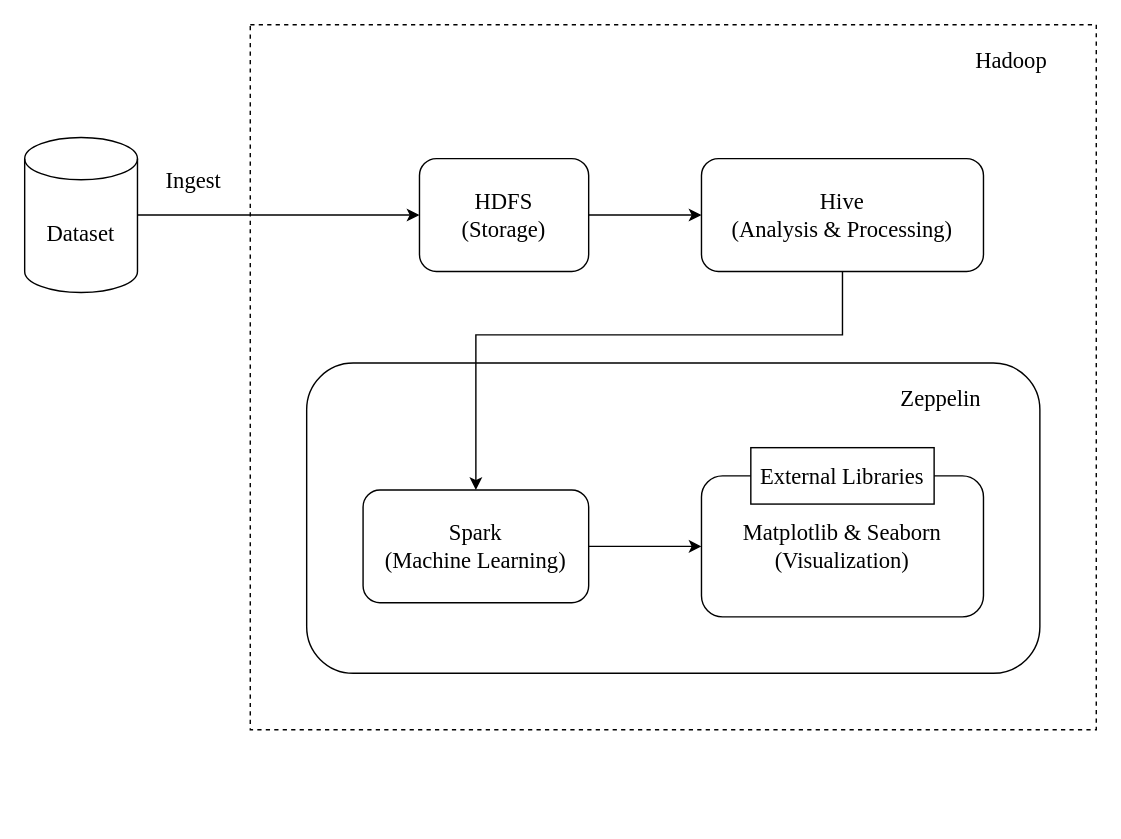
The draw.io diagram diagrams/Architecture.drawio in yongkokkhuen/bdm-group-project, before the edit. Source tidied: cells renumbered, new cells numbered last; positions are measured from the earlier drawing's top-left corner, leaving out a move shared by most shapes. Both pictures are drawn from the tidied source at 141%, with x=0, y=0 at pixel (24, 24).
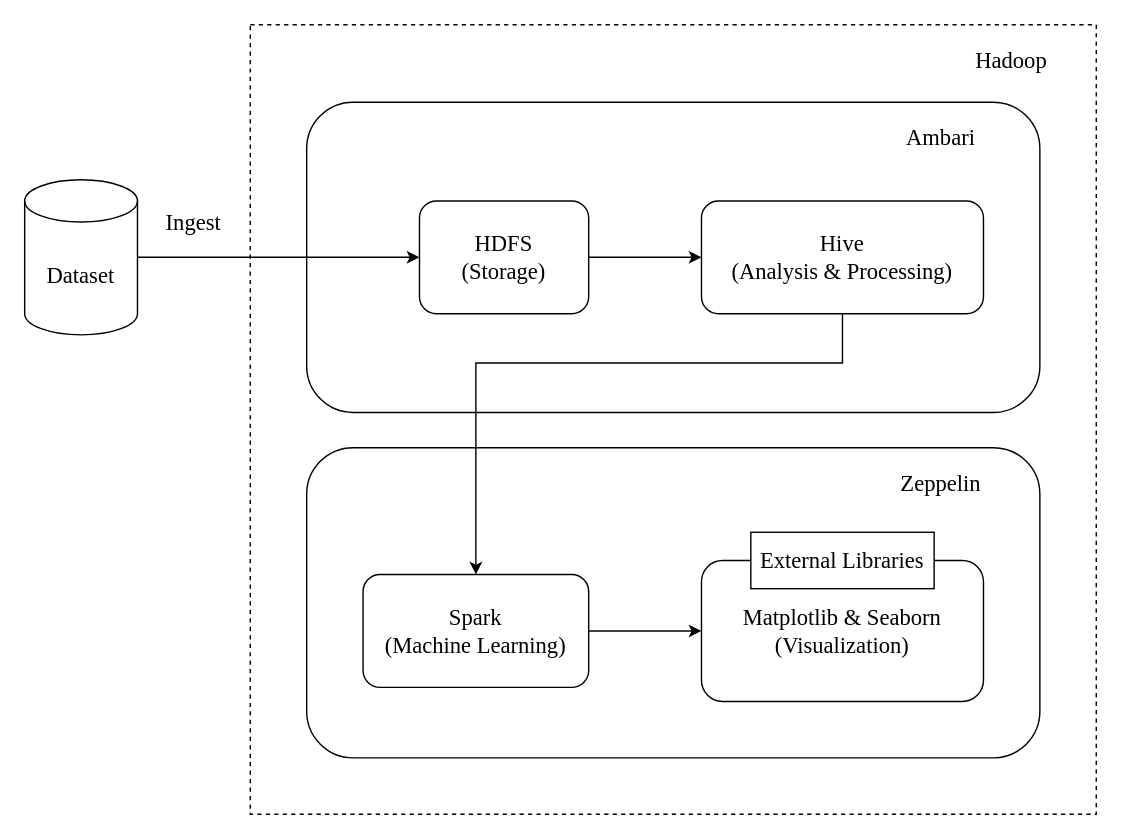
The same diagram, later.

Commit message (it also covers changes not shown here):
Update architecture diagram

The edit, as a diff of the source:
```diff
@@
     <mxCell id="2" style="rounded=0;whiteSpace=wrap;html=1;fontFamily=Times New Roman;fontSize=16;dashed=1;" parent="1" vertex="1">
-      <mxGeometry x="160" width="600" height="500" as="geometry" />
+      <mxGeometry x="160" width="600" height="560" as="geometry" />
     </mxCell>
+    <mxCell id="17" style="rounded=1;whiteSpace=wrap;html=1;fontFamily=Times New Roman;fontSize=16;" parent="1" vertex="1">
+      <mxGeometry x="200" y="55" width="520" height="220" as="geometry" />
+    </mxCell>
     <mxCell id="3" style="rounded=1;whiteSpace=wrap;html=1;fontFamily=Times New Roman;fontSize=16;" parent="1" vertex="1">
-      <mxGeometry x="200" y="240" width="520" height="220" as="geometry" />
+      <mxGeometry x="200" y="300" width="520" height="220" as="geometry" />
     </mxCell>
@@
     <mxCell id="5" value="Dataset" style="shape=cylinder3;whiteSpace=wrap;html=1;boundedLbl=1;backgroundOutline=1;size=15;fontSize=16;fontFamily=Times New Roman;" parent="1" vertex="1">
-      <mxGeometry y="80" width="80" height="110" as="geometry" />
+      <mxGeometry y="110" width="80" height="110" as="geometry" />
     </mxCell>
@@
     <mxCell id="7" value="HDFS&lt;br&gt;(Storage)" style="rounded=1;whiteSpace=wrap;html=1;fontFamily=Times New Roman;fontSize=16;" parent="1" vertex="1">
-      <mxGeometry x="280" y="95" width="120" height="80" as="geometry" />
+      <mxGeometry x="280" y="125" width="120" height="80" as="geometry" />
     </mxCell>
     <mxCell id="8" style="edgeStyle=orthogonalEdgeStyle;rounded=0;jettySize=auto;html=1;exitX=0.5;exitY=1;exitDx=0;exitDy=0;entryX=0.5;entryY=0;entryDx=0;entryDy=0;fontFamily=Times New Roman;fontSize=16;" parent="1" edge="1" source="9" target="11">
       <mxGeometry relative="1" as="geometry">
         <Array as="points">
-          <mxPoint x="580" y="220" />
-          <mxPoint x="320" y="220" />
+          <mxPoint x="580" y="240" />
+          <mxPoint x="320" y="240" />
         </Array>
       </mxGeometry>
     </mxCell>
     <mxCell id="9" value="Hive&lt;br&gt;(Analysis &amp;amp; Processing)" style="rounded=1;whiteSpace=wrap;html=1;fontFamily=Times New Roman;fontSize=16;" parent="1" vertex="1">
-      <mxGeometry x="480" y="95" width="200" height="80" as="geometry" />
+      <mxGeometry x="480" y="125" width="200" height="80" as="geometry" />
     </mxCell>
@@
     <mxCell id="11" value="Spark&lt;br&gt;(Machine Learning)" style="rounded=1;whiteSpace=wrap;html=1;fontFamily=Times New Roman;fontSize=16;" parent="1" vertex="1">
-      <mxGeometry x="240" y="330" width="160" height="80" as="geometry" />
+      <mxGeometry x="240" y="390" width="160" height="80" as="geometry" />
     </mxCell>
     <mxCell id="12" value="Matplotlib &amp;amp; Seaborn&lt;br&gt;(Visualization)" style="rounded=1;whiteSpace=wrap;html=1;fontFamily=Times New Roman;fontSize=16;" parent="1" vertex="1">
-      <mxGeometry x="480" y="320" width="200" height="100" as="geometry" />
+      <mxGeometry x="480" y="380" width="200" height="100" as="geometry" />
     </mxCell>
     <mxCell id="13" value="Zeppelin" style="text;html=1;strokeColor=none;fillColor=none;align=center;verticalAlign=middle;whiteSpace=wrap;rounded=0;fontFamily=Times New Roman;fontSize=16;" parent="1" vertex="1">
-      <mxGeometry x="610" y="250" width="80" height="30" as="geometry" />
+      <mxGeometry x="610" y="310" width="80" height="30" as="geometry" />
     </mxCell>
@@
     <mxCell id="15" value="Ingest" style="text;html=1;strokeColor=none;fillColor=none;align=center;verticalAlign=middle;whiteSpace=wrap;rounded=0;dashed=1;fontFamily=Times New Roman;fontSize=16;" parent="1" vertex="1">
-      <mxGeometry x="90" y="95" width="60" height="30" as="geometry" />
+      <mxGeometry x="90" y="125" width="60" height="30" as="geometry" />
     </mxCell>
     <mxCell id="16" value="External Libraries" style="rounded=0;whiteSpace=wrap;html=1;fontFamily=Times New Roman;fontSize=16;" parent="1" vertex="1">
-      <mxGeometry x="515" y="300" width="130" height="40" as="geometry" />
+      <mxGeometry x="515" y="360" width="130" height="40" as="geometry" />
     </mxCell>
+    <mxCell id="18" value="Ambari" style="text;html=1;strokeColor=none;fillColor=none;align=center;verticalAlign=middle;whiteSpace=wrap;rounded=0;fontFamily=Times New Roman;fontSize=16;" parent="1" vertex="1">
+      <mxGeometry x="610" y="65" width="80" height="30" as="geometry" />
+    </mxCell>
```
